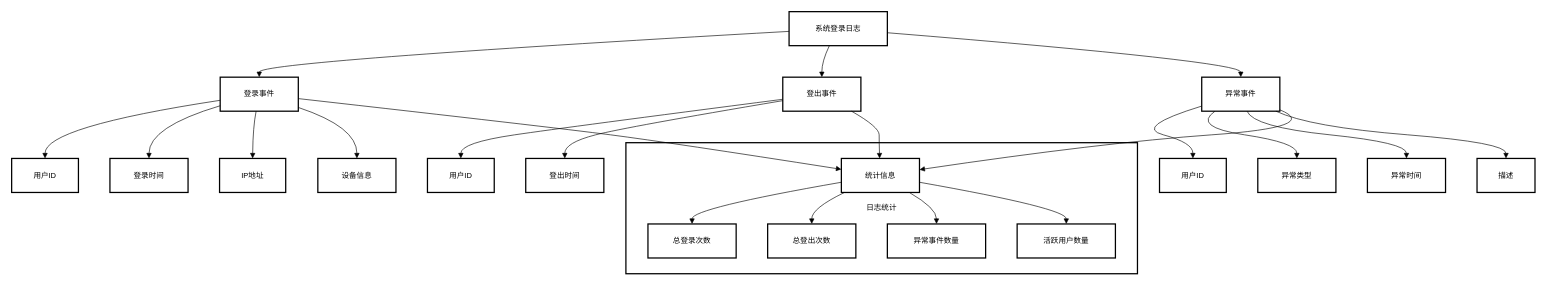
This is 20250415/系统登录日志.drawio from wangslsl/drawio, a draw.io file, before an edit. Source tidied: cells renumbered, new cells numbered last; positions are measured from the earlier drawing's top-left corner, leaving out a move shared by most shapes. Both pictures are drawn from the tidied source at 63%, with x=0, y=0 at pixel (11, 11).
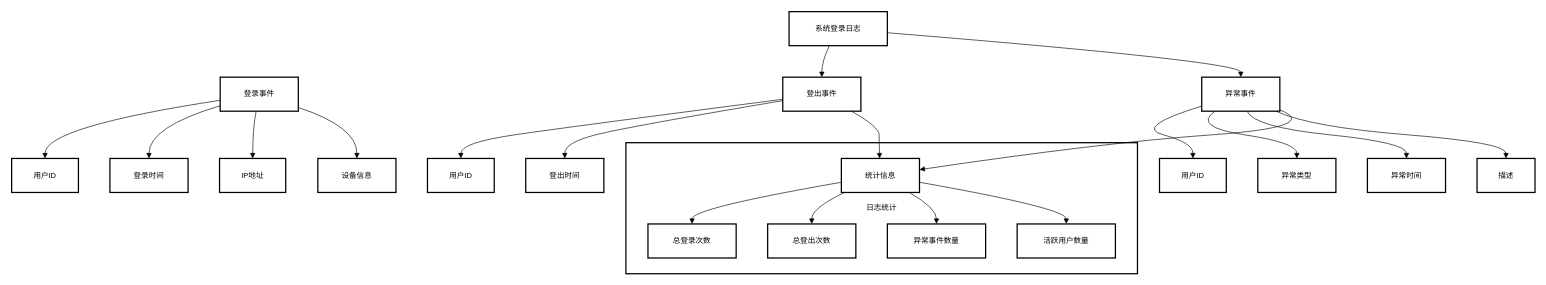
After the change.

Commit message:
更新系统登录日志.drawio

The change refers to these unchanged cells:
```xml
<mxCell id="3" value="系统登录日志" style="whiteSpace=wrap;strokeWidth=2;" parent="1" vertex="1">
  <mxGeometry x="1234" width="156" height="54" as="geometry" />
</mxCell>
<mxCell id="4" value="登录事件" style="whiteSpace=wrap;strokeWidth=2;" parent="1" vertex="1">
  <mxGeometry x="331" y="104" width="124" height="54" as="geometry" />
</mxCell>
<mxCell id="17" value="统计信息" style="whiteSpace=wrap;strokeWidth=2;" parent="1" vertex="1">
  <mxGeometry x="1317" y="233" width="124" height="54" as="geometry" />
</mxCell>
```

Change to the diagram source:
```diff
@@
-    <mxCell id="22" style="curved=1;startArrow=none;endArrow=block;exitX=0;exitY=0.58;entryX=0.5;entryY=0;" parent="1" edge="1" source="3" target="4">
-      <mxGeometry relative="1" as="geometry">
-        <Array as="points">
-          <mxPoint x="393" y="79" />
-        </Array>
-      </mxGeometry>
-    </mxCell>
@@
-    <mxCell id="39" style="curved=1;startArrow=none;endArrow=block;exitX=1;exitY=0.63;entryX=0;entryY=0.32;" parent="1" edge="1" source="4" target="17">
-      <mxGeometry relative="1" as="geometry">
-        <Array as="points">
-          <mxPoint x="854" y="183" />
-          <mxPoint x="1047" y="208" />
-        </Array>
-      </mxGeometry>
-    </mxCell>
```
